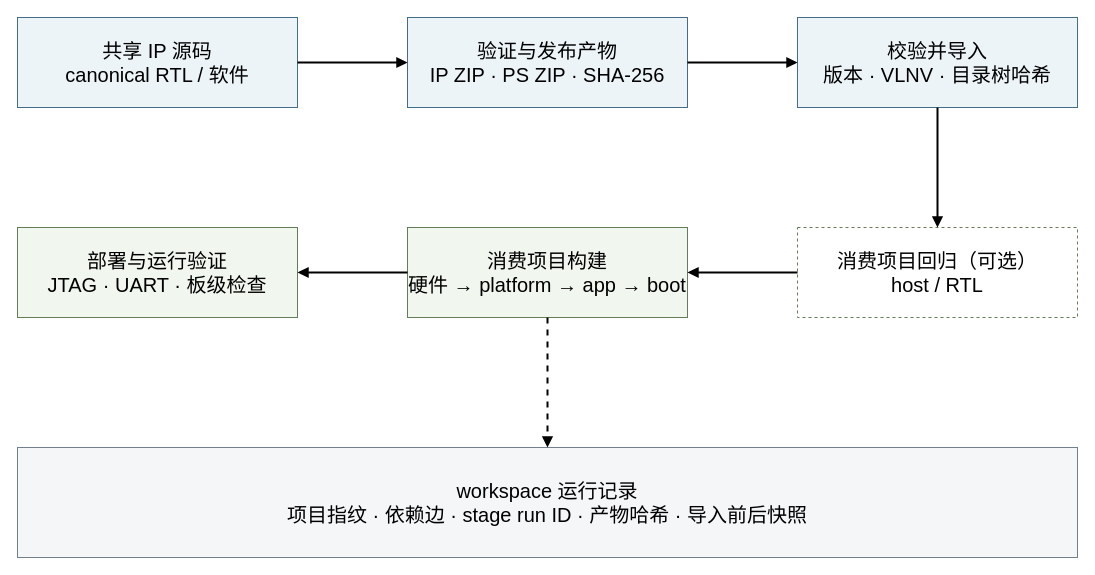
ArthurPan2026/FPGAFlow keeps this draw.io diagram as docs/figures/workspace-dag.drawio. Above is the earlier version. Source tidied: cells renumbered, new cells numbered last; positions are measured from the earlier drawing's top-left corner, leaving out a move shared by most shapes. Both pictures are drawn from the tidied source at 100%, with x=0, y=0 at pixel (17, 17).
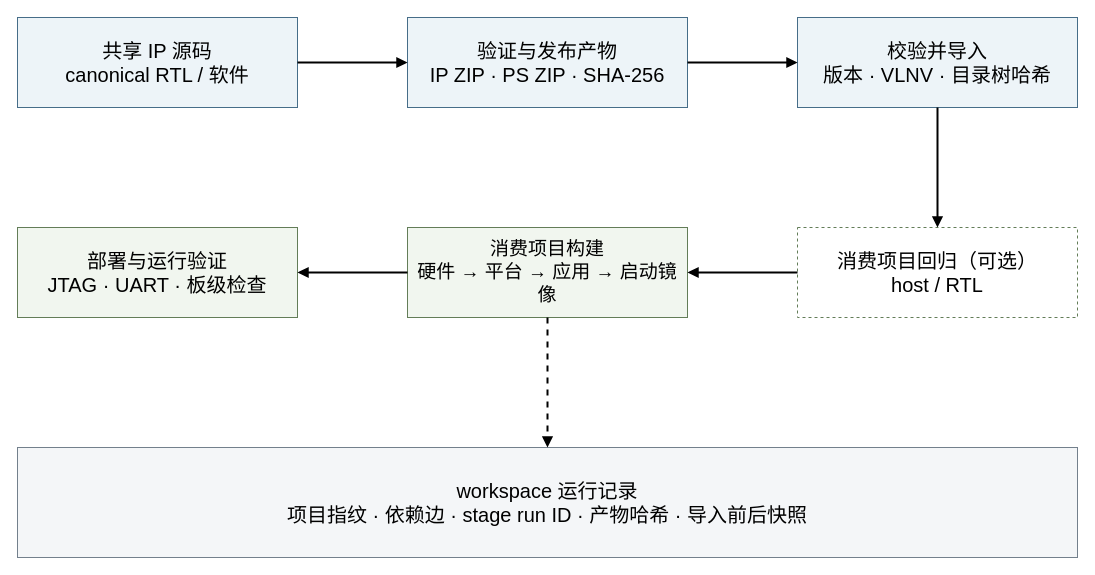
Above is the later version.

Commit message (it also covers changes not shown here):
归档跨平台 CI 结果并完善中文图文排版

Change to the diagram source:
```diff
@@
 <mxGraphModel>
   <root>
     <mxCell id="0" />
     <mxCell id="1" parent="0" />
     <mxCell id="2" value="共享 IP 源码&#10;canonical RTL / 软件" style="rounded=0;whiteSpace=wrap;html=1;fontFamily=Microsoft YaHei;fontSize=20;fillColor=#edf4f8;strokeColor=#466d88;" parent="1" vertex="1">
       <mxGeometry width="280" height="90" as="geometry" />
     </mxCell>
     <mxCell id="3" value="验证与发布产物&#10;IP ZIP · PS ZIP · SHA-256" style="rounded=0;whiteSpace=wrap;html=1;fontFamily=Microsoft YaHei;fontSize=20;fillColor=#edf4f8;strokeColor=#466d88;" parent="1" vertex="1">
       <mxGeometry x="390" width="280" height="90" as="geometry" />
     </mxCell>
     <mxCell id="4" value="校验并导入&#10;版本 · VLNV · 目录树哈希" style="rounded=0;whiteSpace=wrap;html=1;fontFamily=Microsoft YaHei;fontSize=20;fillColor=#edf4f8;strokeColor=#466d88;" parent="1" vertex="1">
       <mxGeometry x="780" width="280" height="90" as="geometry" />
     </mxCell>
     <mxCell id="5" value="消费项目回归（可选）&#10;host / RTL" style="rounded=0;whiteSpace=wrap;html=1;fontFamily=Microsoft YaHei;fontSize=20;fillColor=#ffffff;strokeColor=#637d58;dashed=1;" parent="1" vertex="1">
       <mxGeometry x="780" y="210" width="280" height="90" as="geometry" />
     </mxCell>
-    <mxCell id="6" value="消费项目构建&#10;硬件 → platform → app → boot" style="rounded=0;whiteSpace=wrap;html=1;fontFamily=Microsoft YaHei;fontSize=20;fillColor=#f1f6ef;strokeColor=#637d58;" parent="1" vertex="1">
+    <mxCell id="6" value="消费项目构建&#10;硬件 → 平台 → 应用 → 启动镜像" style="rounded=0;whiteSpace=wrap;html=1;fontFamily=Microsoft YaHei;fontSize=19;fillColor=#f1f6ef;strokeColor=#637d58;" parent="1" vertex="1">
       <mxGeometry x="390" y="210" width="280" height="90" as="geometry" />
     </mxCell>
     <mxCell id="7" value="部署与运行验证&#10;JTAG · UART · 板级检查" style="rounded=0;whiteSpace=wrap;html=1;fontFamily=Microsoft YaHei;fontSize=20;fillColor=#f1f6ef;strokeColor=#637d58;" parent="1" vertex="1">
       <mxGeometry y="210" width="280" height="90" as="geometry" />
     </mxCell>
     <mxCell id="8" value="workspace 运行记录&#10;项目指纹 · 依赖边 · stage run ID · 产物哈希 · 导入前后快照" style="rounded=0;whiteSpace=wrap;html=1;fontFamily=Microsoft YaHei;fontSize=20;fillColor=#f4f6f8;strokeColor=#73808c;" parent="1" vertex="1">
       <mxGeometry y="430" width="1060" height="110" as="geometry" />
     </mxCell>
     <mxCell id="9" style="edgeStyle=orthogonalEdgeStyle;html=1;endArrow=block;strokeWidth=2;" parent="1" edge="1" source="2" target="3">
       <mxGeometry relative="1" as="geometry" />
     </mxCell>
     <mxCell id="10" style="edgeStyle=orthogonalEdgeStyle;html=1;endArrow=block;strokeWidth=2;" parent="1" edge="1" source="3" target="4">
       <mxGeometry relative="1" as="geometry" />
     </mxCell>
     <mxCell id="11" style="edgeStyle=orthogonalEdgeStyle;html=1;endArrow=block;strokeWidth=2;" parent="1" edge="1" source="4" target="5">
       <mxGeometry relative="1" as="geometry" />
     </mxCell>
     <mxCell id="12" style="edgeStyle=orthogonalEdgeStyle;html=1;endArrow=block;strokeWidth=2;" parent="1" edge="1" source="5" target="6">
       <mxGeometry relative="1" as="geometry" />
     </mxCell>
     <mxCell id="13" style="edgeStyle=orthogonalEdgeStyle;html=1;endArrow=block;strokeWidth=2;" parent="1" edge="1" source="6" target="7">
       <mxGeometry relative="1" as="geometry" />
     </mxCell>
     <mxCell id="14" style="edgeStyle=orthogonalEdgeStyle;html=1;endArrow=block;dashed=1;strokeWidth=2;" parent="1" edge="1" source="6" target="8">
       <mxGeometry relative="1" as="geometry" />
     </mxCell>
   </root>
 </mxGraphModel>
```
